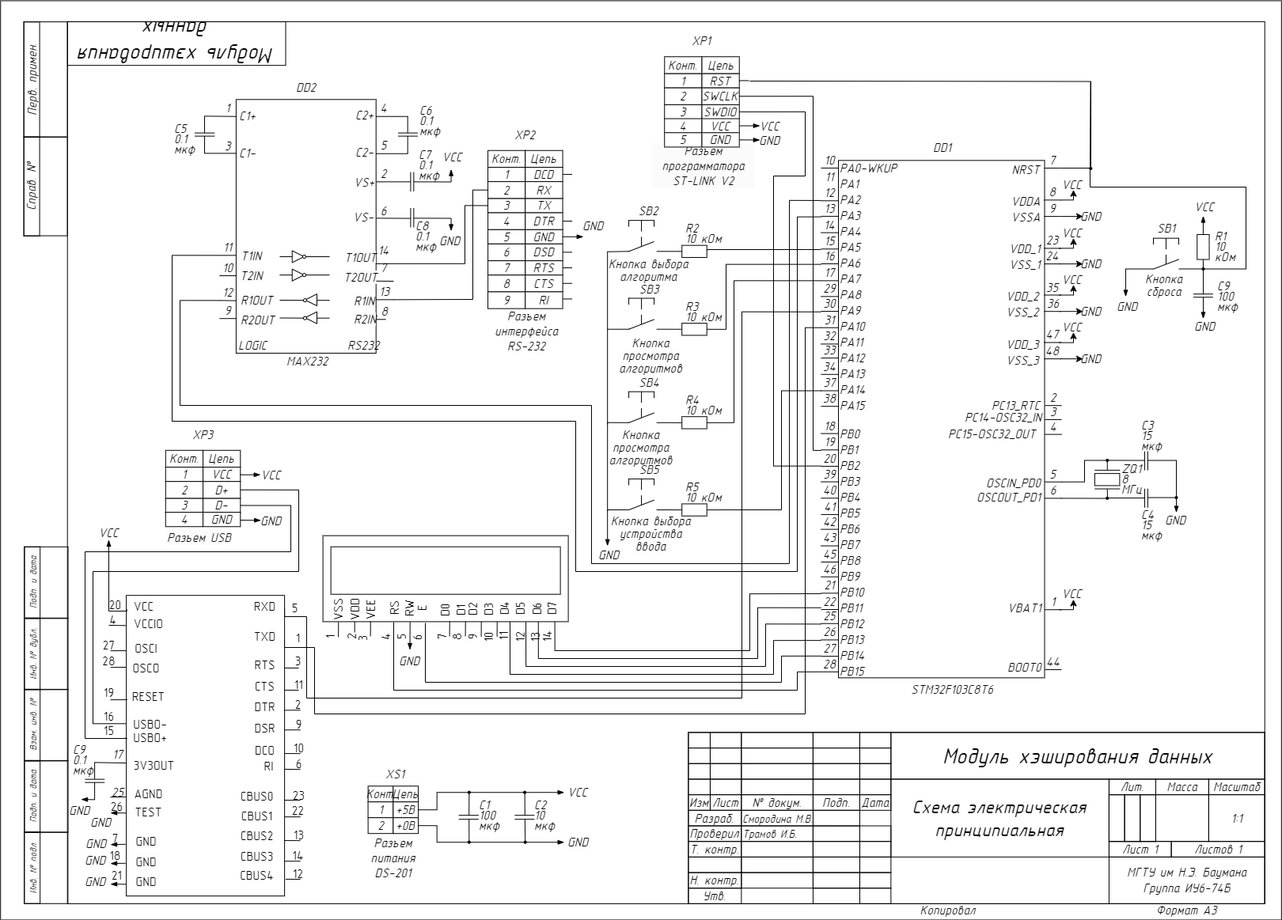
Before: kursach_princ.drawio.png, a diagram exported from draw.io (nishoni/SmorodinaMV.ICS6-74B.2023). Source tidied: cells renumbered, new cells last; positions are measured from the earlier drawing's top-left corner, leaving out a move shared by most shapes.
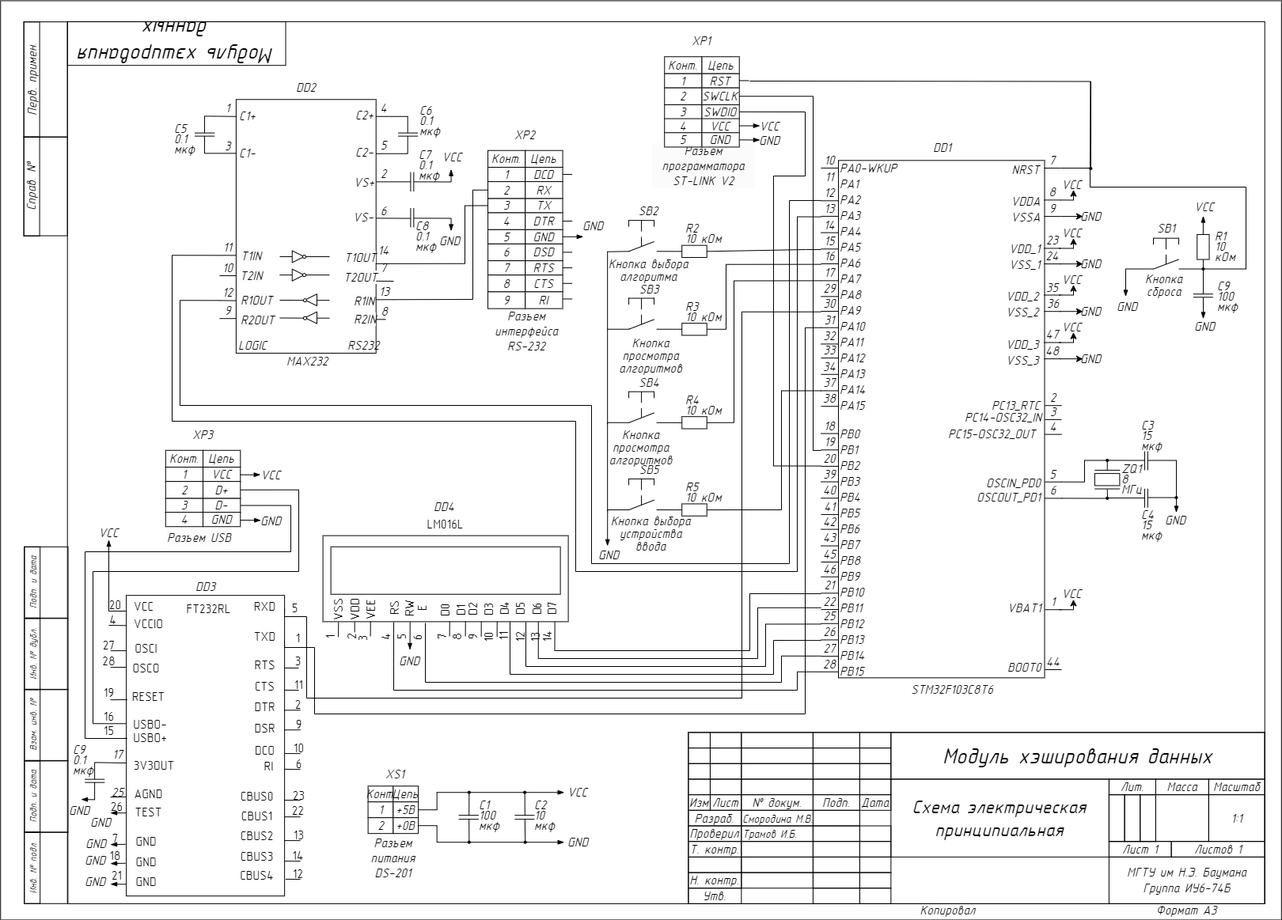
After the change.

Commit message:
Исправленная принципиальная

Change to the diagram source:
```diff
@@ -805,7 +805,7 @@
     <mxCell id="215" value="&lt;div style=&quot;text-align: center; font-size: 16px;&quot;&gt;&lt;span style=&quot;background-color: initial; font-size: 16px;&quot;&gt;&lt;font style=&quot;font-size: 16px;&quot;&gt;&lt;i style=&quot;font-size: 16px;&quot;&gt;LOGIC&lt;/i&gt;&lt;/font&gt;&lt;/span&gt;&lt;/div&gt;" style="text;whiteSpace=wrap;html=1;verticalAlign=middle;fontFamily=Gost Type B;fontSource=https%3A%2F%2Ffonts.googleapis.com%2Fcss%3Ffamily%3DGost%2BType%2BB;fontSize=16;" parent="1" vertex="1">
       <mxGeometry x="331.9" y="426.3" width="35.4" height="19.6" as="geometry" />
     </mxCell>
-    <mxCell id="216" value="&lt;font style=&quot;font-size: 16px;&quot;&gt;&lt;i style=&quot;font-size: 16px;&quot;&gt;DD2&lt;/i&gt;&lt;/font&gt;" style="text;html=1;strokeColor=none;fillColor=none;align=left;verticalAlign=middle;whiteSpace=wrap;rounded=0;fontFamily=Gost Type B;fontSource=https%3A%2F%2Ffonts.googleapis.com%2Fcss%3Ffamily%3DGost%2BType%2BB;fontSize=16;" parent="1" vertex="1">
+    <mxCell id="216" value="&lt;i style=&quot;border-color: var(--border-color);&quot;&gt;DD2&lt;/i&gt;" style="text;html=1;strokeColor=none;fillColor=none;align=left;verticalAlign=middle;whiteSpace=wrap;rounded=0;fontFamily=Gost Type B;fontSource=https%3A%2F%2Ffonts.googleapis.com%2Fcss%3Ffamily%3DGost%2BType%2BB;fontSize=16;" parent="1" vertex="1">
       <mxGeometry x="405.2" y="100.3" width="23.6" height="19.7" as="geometry" />
     </mxCell>
     <mxCell id="217" style="endArrow=classic;html=1;rounded=0;edgeStyle=orthogonalEdgeStyle;exitX=1;exitY=1;exitDx=0;exitDy=0;fontFamily=Gost Type B;fontSource=https%3A%2F%2Ffonts.googleapis.com%2Fcss%3Ffamily%3DGost%2BType%2BB;fontSize=16;" parent="1" edge="1" source="307">
@@ -2619,5 +2619,17 @@
     <mxCell id="657" style="ellipse;whiteSpace=wrap;html=1;fillColor=#000000;fontStyle=2;fontFamily=Gost Type B;fontSource=https%3A%2F%2Ffonts.googleapis.com%2Fcss%3Ffamily%3DGost%2BType%2BB;fontSize=16;" parent="1" vertex="1">
       <mxGeometry x="1409.3" y="211" width="3" height="3" as="geometry" />
     </mxCell>
+    <mxCell id="658" value="&lt;font face=&quot;Gost Type B&quot; style=&quot;font-size: 16px;&quot;&gt;FT232RL&lt;/font&gt;" style="text;html=1;align=center;verticalAlign=middle;strokeColor=none;fillColor=none;" parent="1" vertex="1">
+      <mxGeometry x="256.3" y="754" width="80" height="30" as="geometry" />
+    </mxCell>
+    <mxCell id="659" value="&lt;i style=&quot;border-color: var(--border-color);&quot;&gt;DD3&lt;/i&gt;" style="text;html=1;strokeColor=none;fillColor=none;align=left;verticalAlign=middle;whiteSpace=wrap;rounded=0;fontFamily=Gost Type B;fontSource=https%3A%2F%2Ffonts.googleapis.com%2Fcss%3Ffamily%3DGost%2BType%2BB;fontSize=16;" parent="1" vertex="1">
+      <mxGeometry x="278.1" y="731.5" width="23.6" height="19.7" as="geometry" />
+    </mxCell>
+    <mxCell id="660" value="&lt;i style=&quot;border-color: var(--border-color);&quot;&gt;DD4&lt;br&gt;&lt;/i&gt;" style="text;html=1;strokeColor=none;fillColor=none;align=left;verticalAlign=middle;whiteSpace=wrap;rounded=0;fontFamily=Gost Type B;fontSource=https%3A%2F%2Ffonts.googleapis.com%2Fcss%3Ffamily%3DGost%2BType%2BB;fontSize=16;" parent="1" vertex="1">
+      <mxGeometry x="578.8" y="630.4" width="23.6" height="19.7" as="geometry" />
+    </mxCell>
+    <mxCell id="661" value="&lt;font face=&quot;Gost Type B&quot; style=&quot;font-size: 16px;&quot;&gt;LM016L&lt;/font&gt;" style="text;html=1;align=center;verticalAlign=middle;strokeColor=none;fillColor=none;" parent="1" vertex="1">
+      <mxGeometry x="560" y="647.5" width="70" height="30" as="geometry" />
+    </mxCell>
   </root>
 </mxGraphModel>
```
